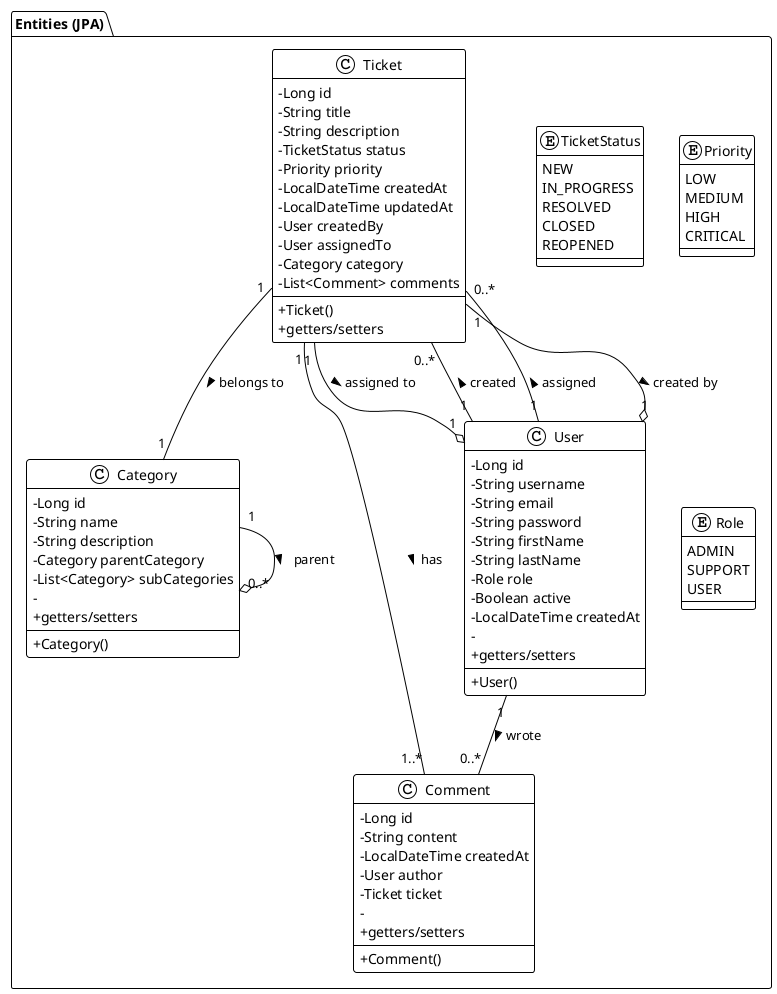
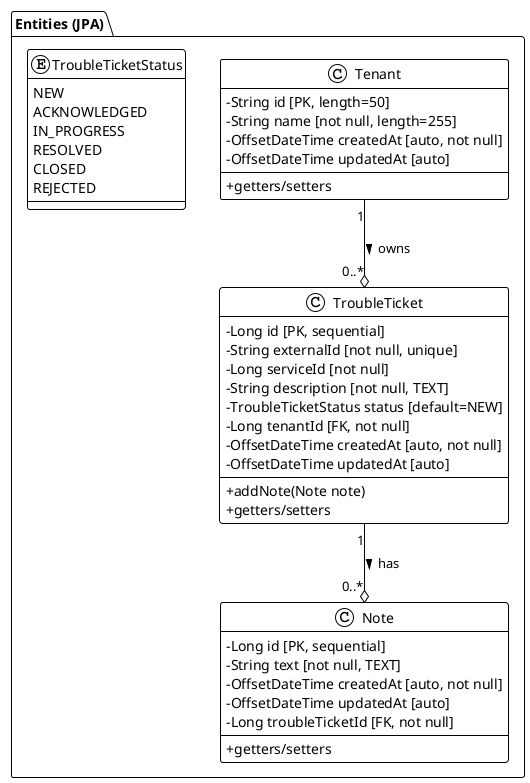
@startuml
!theme plain

skinparam classAttributeIconSize 0
skinparam class {
    BackgroundColor white
    BorderColor black
    ArrowColor black
}

package "Entities (JPA)" {
-     class Ticket {
-         - Long id
-         - String title
-         - String description
-         - TicketStatus status
-         - Priority priority
-         - LocalDateTime createdAt
-         - LocalDateTime updatedAt
-         - User createdBy
-         - User assignedTo
-         - Category category
-         - List<Comment> comments
+     class TroubleTicket {
+         - Long id [PK, sequential]
+         - String externalId [not null, unique]
+         - Long serviceId [not null]
+         - String description [not null, TEXT]
+         - TroubleTicketStatus status [default=NEW]
+         - Long tenantId [FK, not null]
+         - OffsetDateTime createdAt [auto, not null]
+         - OffsetDateTime updatedAt [auto]
        --
-         + Ticket()
+         + addNote(Note note)
        + getters/setters
    }

-     class User {
-         - Long id
-         - String username
-         - String email
-         - String password
-         - String firstName
-         - String lastName
-         - Role role
-         - Boolean active
-         - LocalDateTime createdAt
-         -
-         + User()
+     class Note {
+         - Long id [PK, sequential]
+         - String text [not null, TEXT]
+         - OffsetDateTime createdAt [auto, not null]
+         - OffsetDateTime updatedAt [auto]
+         - Long troubleTicketId [FK, not null]
+         --
        + getters/setters
    }

-     class Category {
-         - Long id
-         - String name
-         - String description
-         - Category parentCategory
-         - List<Category> subCategories
-         -
-         + Category()
+     class Tenant {
+         - String id [PK, length=50]
+         - String name [not null, length=255]
+         - OffsetDateTime createdAt [auto, not null]
+         - OffsetDateTime updatedAt [auto]
+         --
        + getters/setters
    }

-     class Comment {
-         - Long id
-         - String content
-         - LocalDateTime createdAt
-         - User author
-         - Ticket ticket
-         -
-         + Comment()
-         + getters/setters
-     }
- 
-     enum TicketStatus {
+     enum TroubleTicketStatus {
        NEW
+         ACKNOWLEDGED
        IN_PROGRESS
        RESOLVED
        CLOSED
-         REOPENED
-     }
- 
-     enum Priority {
-         LOW
-         MEDIUM
-         HIGH
-         CRITICAL
-     }
- 
-     enum Role {
-         ADMIN
-         SUPPORT
-         USER
+         REJECTED
    }
}

- Ticket "1" -- "1..*" Comment : has >
- Ticket "1" --o "1" User : created by >
- Ticket "1" --o "1" User : assigned to >
- Ticket "1" -- "1" Category : belongs to >
- User "1" -- "0..*" Ticket : created >
- User "1" -- "0..*" Ticket : assigned >
- User "1" -- "0..*" Comment : wrote >
- Category "1" --o "0..*" Category : parent >
+ TroubleTicket "1" --o "0..*" Note : has >
+ Tenant "1" --o "0..*" TroubleTicket : owns >

@enduml